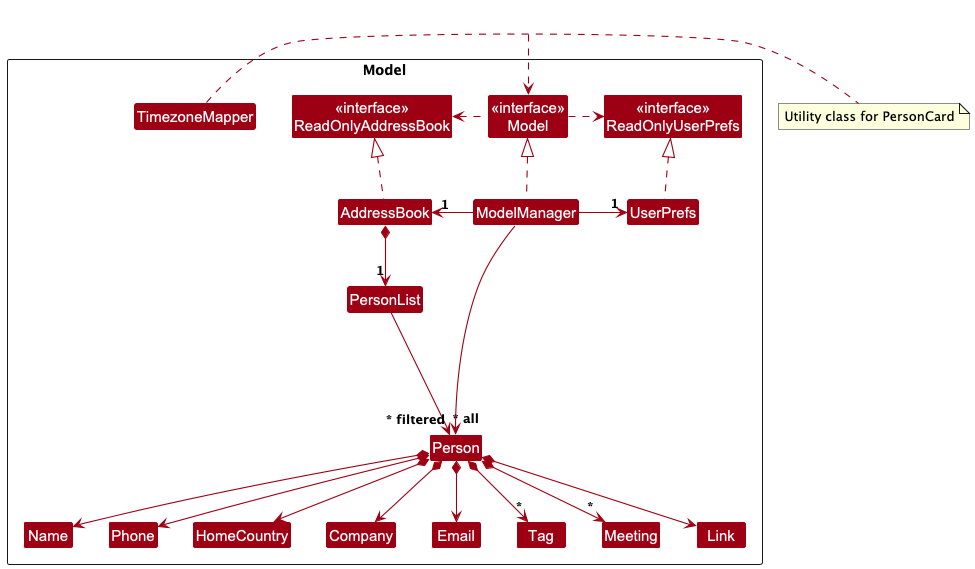
AY2526S1-CS2103T-T15-4/tp keeps this PlantUML diagram as docs/images/ModelClassDiagram.png. Above is the earlier version. Its source is kept beside it as docs/diagrams/ModelClassDiagram.puml.
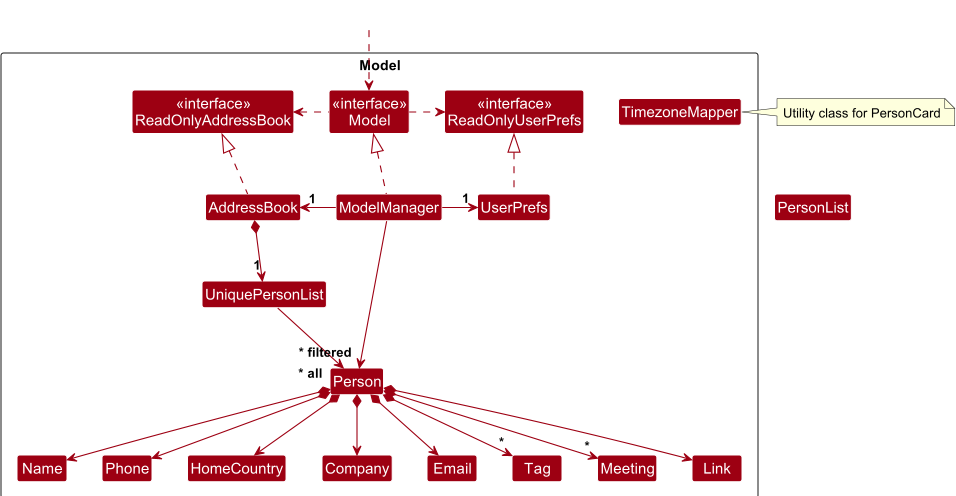
After the change.

The edit, as a diff of the source:
```diff
@@ -13,7 +13,7 @@
 Class UserPrefs
 Class TimezoneMapper
 
-Class PersonList
+Class UniquePersonList
 Class Person
 Class HomeCountry
 Class Company
@@ -43,8 +43,8 @@
 ModelManager -right-> "1" UserPrefs
 UserPrefs .up.|> ReadOnlyUserPrefs
 
-AddressBook *--> "1" PersonList
-PersonList --> "~* all" Person
+AddressBook *--> "1" UniquePersonList
+UniquePersonList --> "~* all" Person
 Person *--> Name
 Person *--> Phone
 Person *--> Email
```
